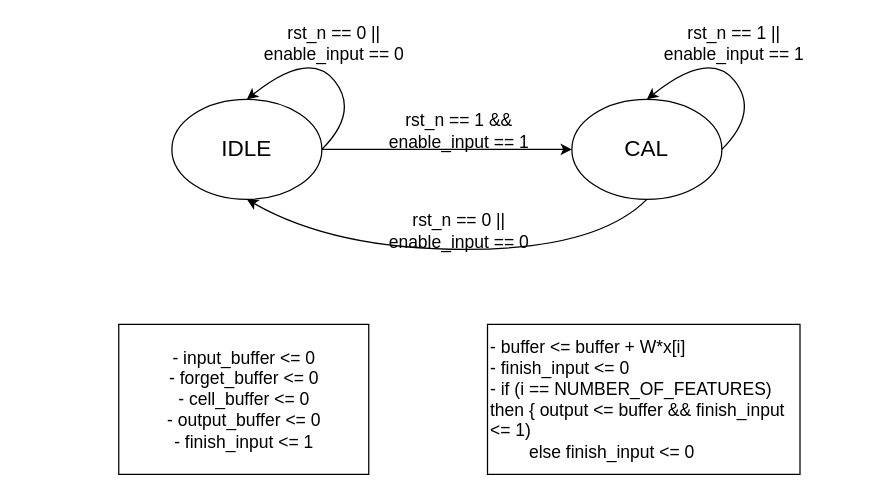
Above: page "CAL_INPUT state" (7 of 7) of doc/LSTMAccelerator.drawio in newfrogg/LSTMAccelerator (draw.io), before the change. Source tidied: cells renumbered, new cells numbered last; positions are measured from the earlier drawing's top-left corner, leaving out a move shared by most shapes. Both pictures are drawn from the tidied source at 125%, with x=0, y=0 at pixel (119, 24).
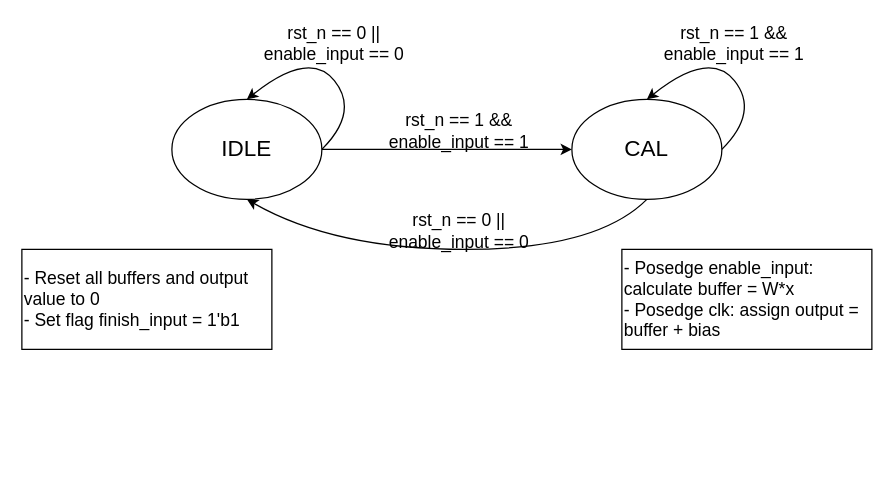
Above is the later version.

Commit message:
add CAL_INPUT state

Diff of the diagram source:
```diff
@@
 <mxGraphModel>
   <root>
     <mxCell id="0" />
     <mxCell id="1" parent="0" />
     <mxCell id="2" style="edgeStyle=orthogonalEdgeStyle;rounded=0;jettySize=auto;html=1;entryX=0;entryY=0.5;entryDx=0;entryDy=0;" parent="1" edge="1" source="3" target="7">
       <mxGeometry relative="1" as="geometry" />
     </mxCell>
     <mxCell id="3" value="&lt;font style=&quot;font-size: 18px;&quot;&gt;IDLE&lt;/font&gt;" style="ellipse;whiteSpace=wrap;html=1;" parent="1" vertex="1">
       <mxGeometry x="42" y="60" width="120" height="80" as="geometry" />
     </mxCell>
-    <mxCell id="4" value="&lt;font style=&quot;font-size: 14px;&quot;&gt;- input_buffer &amp;lt;= 0&lt;/font&gt;&lt;div&gt;&lt;font style=&quot;font-size: 14px;&quot;&gt;- forget_buffer &amp;lt;= 0&lt;/font&gt;&lt;/div&gt;&lt;div&gt;&lt;font style=&quot;font-size: 14px;&quot;&gt;- cell_buffer &amp;lt;= 0&lt;/font&gt;&lt;/div&gt;&lt;div&gt;&lt;font style=&quot;font-size: 14px;&quot;&gt;- output_buffer &amp;lt;= 0&lt;/font&gt;&lt;/div&gt;&lt;div&gt;&lt;font style=&quot;font-size: 14px;&quot;&gt;- finish_input &amp;lt;= 1&lt;/font&gt;&lt;/div&gt;" style="rounded=0;whiteSpace=wrap;html=1;" parent="1" vertex="1">
-      <mxGeometry x="-0.5" y="240" width="200" height="120" as="geometry" />
+    <mxCell id="4" value="&lt;span style=&quot;font-size: 14px;&quot;&gt;- Reset all buffers and output value to 0&lt;/span&gt;&lt;div&gt;&lt;span style=&quot;font-size: 14px;&quot;&gt;- Set flag finish_input = 1'b1&lt;/span&gt;&lt;/div&gt;" style="rounded=0;whiteSpace=wrap;html=1;align=left;" parent="1" vertex="1">
+      <mxGeometry x="-78" y="180" width="200" height="80" as="geometry" />
     </mxCell>
     <mxCell id="5" style="curved=1;endArrow=classic;html=1;rounded=0;entryX=0.5;entryY=0;entryDx=0;entryDy=0;" parent="1" edge="1" target="3">
       <mxGeometry relative="1" as="geometry">
         <mxPoint x="162" y="100" as="sourcePoint" />
         <Array as="points">
           <mxPoint x="192" y="70" />
           <mxPoint x="152" y="20" />
         </Array>
       </mxGeometry>
     </mxCell>
     <mxCell id="6" value="&lt;font style=&quot;font-size: 14px;&quot;&gt;rst_n == 0 || enable_input == 0&lt;/font&gt;" style="text;html=1;align=center;verticalAlign=middle;whiteSpace=wrap;rounded=0;" parent="1" vertex="1">
       <mxGeometry x="112" width="120" height="30" as="geometry" />
     </mxCell>
     <mxCell id="7" value="&lt;span style=&quot;font-size: 18px;&quot;&gt;CAL&lt;/span&gt;" style="ellipse;whiteSpace=wrap;html=1;" parent="1" vertex="1">
       <mxGeometry x="362" y="60" width="120" height="80" as="geometry" />
     </mxCell>
     <mxCell id="8" style="curved=1;endArrow=classic;html=1;rounded=0;entryX=0.5;entryY=0;entryDx=0;entryDy=0;" parent="1" edge="1" target="7">
       <mxGeometry relative="1" as="geometry">
         <mxPoint x="482" y="100" as="sourcePoint" />
         <Array as="points">
           <mxPoint x="512" y="70" />
           <mxPoint x="472" y="20" />
         </Array>
       </mxGeometry>
     </mxCell>
-    <mxCell id="9" value="&lt;font style=&quot;font-size: 14px;&quot;&gt;rst_n == 1 || enable_input == 1&lt;/font&gt;" style="text;html=1;align=center;verticalAlign=middle;whiteSpace=wrap;rounded=0;" parent="1" vertex="1">
+    <mxCell id="9" value="&lt;font style=&quot;font-size: 14px;&quot;&gt;rst_n == 1 &amp;amp;&amp;amp; enable_input == 1&lt;/font&gt;" style="text;html=1;align=center;verticalAlign=middle;whiteSpace=wrap;rounded=0;" parent="1" vertex="1">
       <mxGeometry x="432" width="120" height="30" as="geometry" />
     </mxCell>
     <mxCell id="10" value="&lt;font style=&quot;font-size: 14px;&quot;&gt;rst_n == 1 &amp;amp;&amp;amp; enable_input == 1&lt;/font&gt;" style="text;html=1;align=center;verticalAlign=middle;whiteSpace=wrap;rounded=0;" parent="1" vertex="1">
       <mxGeometry x="212" y="70" width="120" height="30" as="geometry" />
     </mxCell>
-    <mxCell id="11" value="&lt;span style=&quot;font-size: 14px;&quot;&gt;- buffer &amp;lt;= buffer + W*x[i]&lt;/span&gt;&lt;div&gt;&lt;span style=&quot;font-size: 14px;&quot;&gt;- finish_input &amp;lt;= 0&lt;br&gt;&lt;/span&gt;&lt;div&gt;&lt;span style=&quot;font-size: 14px;&quot;&gt;- if (i == NUMBER_OF_FEATURES) then { output &amp;lt;= buffer &amp;amp;&amp;amp; finish_input &amp;lt;= 1)&lt;/span&gt;&lt;/div&gt;&lt;div&gt;&lt;span style=&quot;font-size: 14px;&quot;&gt;&lt;span style=&quot;white-space: pre;&quot;&gt;&#9;&lt;/span&gt;else finish_input &amp;lt;= 0&lt;br&gt;&lt;/span&gt;&lt;/div&gt;&lt;/div&gt;" style="rounded=0;whiteSpace=wrap;html=1;align=left;" parent="1" vertex="1">
-      <mxGeometry x="294.5" y="240" width="250" height="120" as="geometry" />
+    <mxCell id="11" value="&lt;div&gt;&lt;div&gt;&lt;span style=&quot;font-size: 14px;&quot;&gt;- Posedge enable_input: calculate buffer = W*x&lt;/span&gt;&lt;/div&gt;&lt;/div&gt;&lt;div&gt;&lt;span style=&quot;font-size: 14px;&quot;&gt;- Posedge clk: assign output = buffer + bias&lt;/span&gt;&lt;/div&gt;" style="rounded=0;whiteSpace=wrap;html=1;align=left;" parent="1" vertex="1">
+      <mxGeometry x="402" y="180" width="200" height="80" as="geometry" />
     </mxCell>
     <mxCell id="12" style="curved=1;endArrow=classic;html=1;rounded=0;exitX=0.5;exitY=1;exitDx=0;exitDy=0;entryX=0.5;entryY=1;entryDx=0;entryDy=0;" parent="1" edge="1" source="7" target="3">
       <mxGeometry relative="1" as="geometry">
         <Array as="points">
           <mxPoint x="382" y="180" />
           <mxPoint x="172" y="180" />
         </Array>
       </mxGeometry>
     </mxCell>
     <mxCell id="13" value="&lt;font style=&quot;font-size: 14px;&quot;&gt;rst_n == 0 || enable_input == 0&lt;/font&gt;" style="text;html=1;align=center;verticalAlign=middle;whiteSpace=wrap;rounded=0;" parent="1" vertex="1">
       <mxGeometry x="212" y="150" width="120" height="30" as="geometry" />
     </mxCell>
   </root>
 </mxGraphModel>
```
